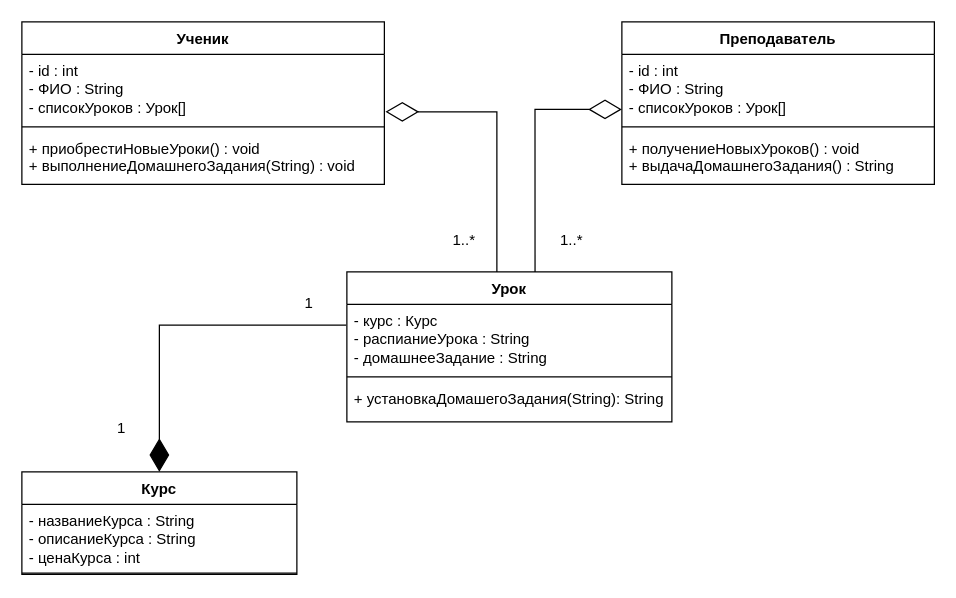
Before: OnlineSchool_Диаграмма_классов.drawio in Deviky/FOREVASIAOD, a draw.io diagram. Source tidied: cells renumbered, new cells numbered last; positions are measured from the earlier drawing's top-left corner, leaving out a move shared by most shapes. Both pictures are drawn from the tidied source at 125%, with x=0, y=0 at pixel (21, 21).
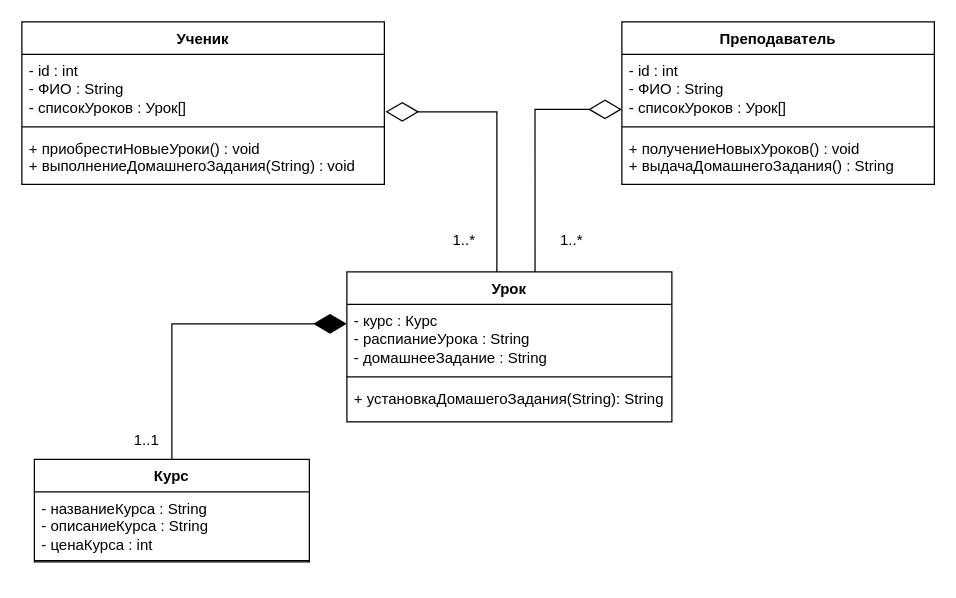
The same diagram, later.

Unchanged cells that the change refers to:
```xml
<mxCell id="14" value="- курс : Курс&lt;div&gt;- распианиеУрока : String&lt;/div&gt;&lt;div&gt;- домашнееЗадание : String&lt;/div&gt;" style="text;strokeColor=none;fillColor=none;align=left;verticalAlign=top;spacingLeft=4;spacingRight=4;overflow=hidden;points=[[0,0.5],[1,0.5]];portConstraint=eastwest;whiteSpace=wrap;html=1;" parent="13" vertex="1">
  <mxGeometry y="26" width="260" height="54" as="geometry" />
</mxCell>
```

Diff of the diagram source:
```diff
@@
     <mxCell id="10" value="Курс" style="swimlane;fontStyle=1;align=center;verticalAlign=top;horizontal=1;startSize=26;whiteSpace=wrap;html=1;" parent="1" vertex="1">
-      <mxGeometry y="360" width="220" height="82" as="geometry" />
+      <mxGeometry x="10" y="350" width="220" height="82" as="geometry" />
     </mxCell>
@@
-    <mxCell id="18" style="endArrow=diamondThin;endFill=1;endSize=24;html=1;rounded=0;exitX=-0.002;exitY=0.307;exitDx=0;exitDy=0;exitPerimeter=0;entryX=0.5;entryY=0;entryDx=0;entryDy=0;edgeStyle=orthogonalEdgeStyle;" parent="1" edge="1" source="14" target="10">
+    <mxCell id="18" style="endArrow=diamondThin;endFill=1;endSize=24;html=1;rounded=0;exitX=0.5;exitY=0;exitDx=0;exitDy=0;edgeStyle=orthogonalEdgeStyle;entryX=0;entryY=0.288;entryDx=0;entryDy=0;entryPerimeter=0;" parent="1" edge="1" source="10" target="14">
       <mxGeometry relative="1" as="geometry" />
     </mxCell>
-    <mxCell id="19" value="1" style="text;html=1;align=center;verticalAlign=middle;whiteSpace=wrap;rounded=0;" parent="1" vertex="1">
-      <mxGeometry x="200" y="210" width="60" height="30" as="geometry" />
-    </mxCell>
-    <mxCell id="20" value="1" style="text;html=1;align=center;verticalAlign=middle;whiteSpace=wrap;rounded=0;" parent="1" vertex="1">
-      <mxGeometry x="50" y="310" width="60" height="30" as="geometry" />
+    <mxCell id="20" value="1..1" style="text;html=1;align=center;verticalAlign=middle;whiteSpace=wrap;rounded=0;" parent="1" vertex="1">
+      <mxGeometry x="80" y="320" width="40" height="30" as="geometry" />
     </mxCell>
```
